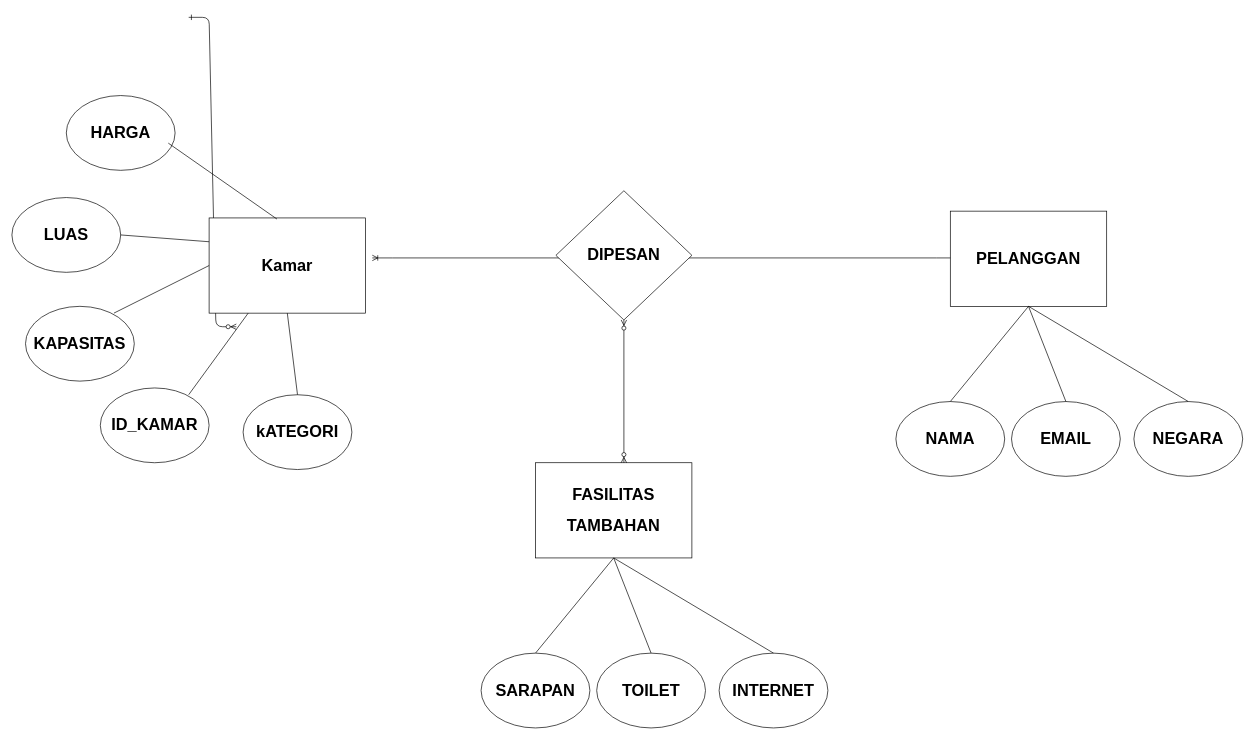
Above: Untitled Diagram.drawio in Daffaariftama/Web_Programming_2022 (draw.io), before the change. Source tidied: cells renumbered, new cells numbered last; positions are measured from the earlier drawing's top-left corner, leaving out a move shared by most shapes. Both pictures are drawn from the tidied source at 68%, with x=0, y=0 at pixel (12, 17).
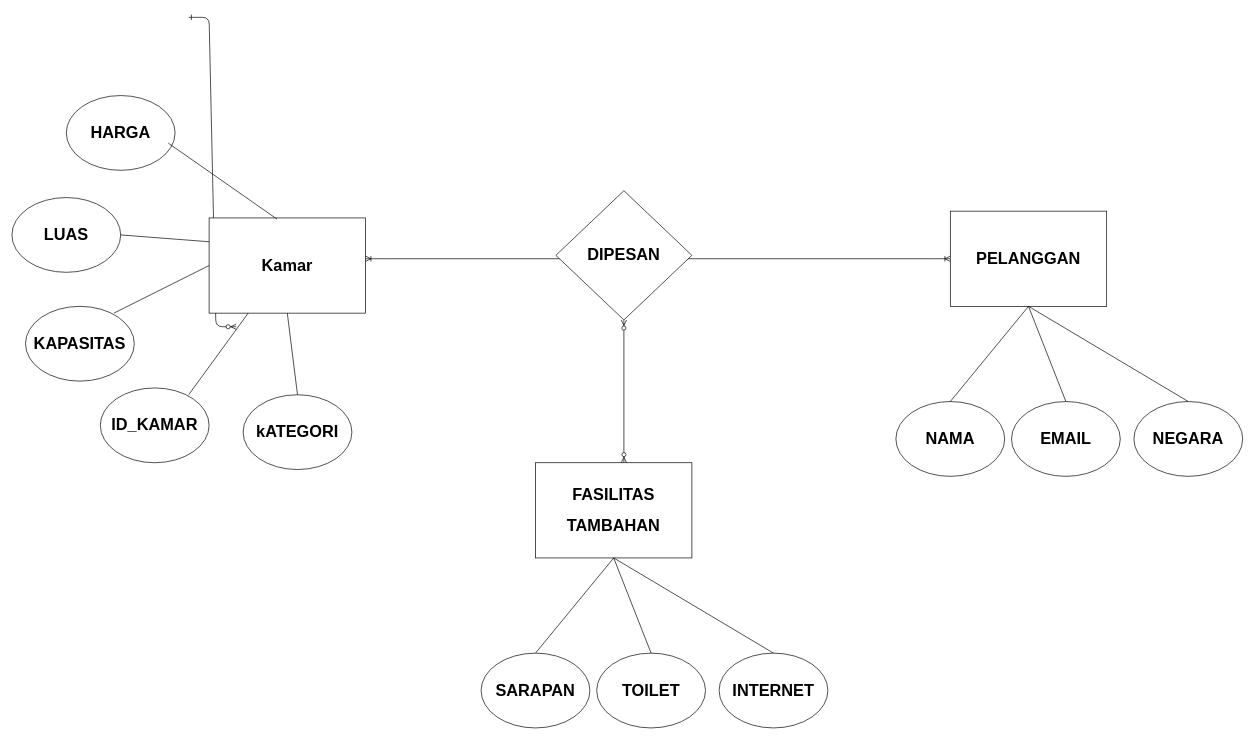
The same page after the edit.

The change refers to these unchanged cells:
```xml
<mxCell id="16" value="&lt;h1&gt;PELANGGAN&lt;/h1&gt;" style="rounded=0;whiteSpace=wrap;html=1;" parent="1" vertex="1">
  <mxGeometry x="1380" y="285" width="230" height="140" as="geometry" />
</mxCell>
```

The edit, as a diff of the source:
```diff
@@
-    <mxCell id="14" style="edgeStyle=entityRelationEdgeStyle;fontSize=12;html=1;endArrow=ERoneToMany;startArrow=ERoneToMany;rounded=0;" parent="1" edge="1">
+    <mxCell id="14" style="edgeStyle=entityRelationEdgeStyle;fontSize=12;html=1;endArrow=ERoneToMany;startArrow=ERoneToMany;rounded=0;entryX=0;entryY=0.5;entryDx=0;entryDy=0;" parent="1" edge="1" target="16">
       <mxGeometry relative="1" as="geometry">
-        <mxPoint x="530" y="353.8" as="sourcePoint" />
-        <mxPoint x="1390" y="353.8" as="targetPoint" />
+        <mxPoint x="520" y="355" as="sourcePoint" />
       </mxGeometry>
     </mxCell>
```
